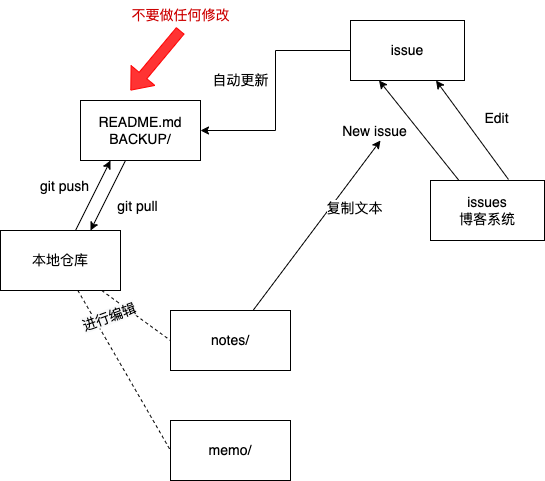
Earlier version of the draw.io export simple/blog-system-architecture.drawio.png (yeshiqing/diagrams). Source tidied: cells renumbered, new cells last; positions are measured from the earlier drawing's top-left corner, leaving out a move shared by most shapes. Its diagram source:
```xml
<mxGraphModel>
  <root>
    <mxCell id="0" />
    <mxCell id="1" parent="0" />
    <mxCell id="2" value="自动更新" style="edgeStyle=orthogonalEdgeStyle;rounded=0;jettySize=auto;html=1;entryX=1;entryY=0.5;entryDx=0;entryDy=0;exitX=0;exitY=0.5;exitDx=0;exitDy=0;" parent="1" edge="1" source="22" target="6">
      <mxGeometry x="-0.09" y="-35" relative="1" as="geometry" />
    </mxCell>
    <mxCell id="3" value="issues&lt;br&gt;博客系统" style="rounded=0;whiteSpace=wrap;html=1;" parent="1" vertex="1">
      <mxGeometry x="430" y="180" width="114" height="60" as="geometry" />
    </mxCell>
    <mxCell id="4" style="rounded=0;jettySize=auto;html=1;entryX=0.75;entryY=0;entryDx=0;entryDy=0;" parent="1" edge="1" source="6" target="15">
      <mxGeometry relative="1" as="geometry" />
    </mxCell>
    <mxCell id="5" value="git pull" style="edgeLabel;html=1;align=center;verticalAlign=middle;" parent="4" vertex="1">
      <mxGeometry x="0.02" y="1" relative="1" as="geometry">
        <mxPoint x="28" y="9" as="offset" />
      </mxGeometry>
    </mxCell>
    <mxCell id="6" value="README.md&lt;br&gt;BACKUP/" style="rounded=0;whiteSpace=wrap;html=1;" parent="1" vertex="1">
      <mxGeometry x="80" y="100" width="120" height="60" as="geometry" />
    </mxCell>
    <mxCell id="7" style="endArrow=classic;html=1;rounded=0;entryX=0.25;entryY=1;entryDx=0;entryDy=0;exitX=0.25;exitY=0;exitDx=0;exitDy=0;" parent="1" edge="1" source="3" target="22">
      <mxGeometry relative="1" as="geometry" />
    </mxCell>
    <mxCell id="8" value="New issue" style="edgeLabel;html=1;align=center;verticalAlign=middle;" parent="7" vertex="1">
      <mxGeometry x="0.14" y="-4" relative="1" as="geometry">
        <mxPoint x="-43" y="10" as="offset" />
      </mxGeometry>
    </mxCell>
    <mxCell id="9" style="endArrow=classic;html=1;rounded=0;entryX=0.75;entryY=1;entryDx=0;entryDy=0;exitX=0.684;exitY=-0.017;exitDx=0;exitDy=0;exitPerimeter=0;" parent="1" edge="1" source="3" target="22">
      <mxGeometry relative="1" as="geometry" />
    </mxCell>
    <mxCell id="10" value="Edit" style="edgeLabel;html=1;align=center;verticalAlign=middle;" parent="9" vertex="1">
      <mxGeometry x="0.14" y="-4" relative="1" as="geometry">
        <mxPoint x="26" y="-3" as="offset" />
      </mxGeometry>
    </mxCell>
    <mxCell id="11" style="rounded=0;jettySize=auto;html=1;entryX=0.25;entryY=1;entryDx=0;entryDy=0;" parent="1" edge="1" source="15" target="6">
      <mxGeometry relative="1" as="geometry" />
    </mxCell>
    <mxCell id="12" value="git push" style="edgeLabel;html=1;align=center;verticalAlign=middle;" parent="11" vertex="1">
      <mxGeometry x="0.06" y="2" relative="1" as="geometry">
        <mxPoint x="-28" y="-7" as="offset" />
      </mxGeometry>
    </mxCell>
    <mxCell id="13" style="edgeStyle=none;rounded=0;jettySize=auto;html=1;entryX=0;entryY=0.5;entryDx=0;entryDy=0;endArrow=none;endFill=0;dashed=1;" parent="1" edge="1" source="15" target="17">
      <mxGeometry relative="1" as="geometry" />
    </mxCell>
    <mxCell id="14" style="edgeStyle=none;rounded=0;jettySize=auto;html=1;entryX=0;entryY=0.5;entryDx=0;entryDy=0;dashed=1;startArrow=none;startFill=0;endArrow=none;endFill=0;" parent="1" edge="1" source="15" target="18">
      <mxGeometry relative="1" as="geometry" />
    </mxCell>
    <mxCell id="15" value="本地仓库" style="rounded=0;whiteSpace=wrap;html=1;" parent="1" vertex="1">
      <mxGeometry y="230" width="120" height="60" as="geometry" />
    </mxCell>
    <mxCell id="16" value="复制文本" style="edgeStyle=none;rounded=0;jettySize=auto;html=1;" parent="1" edge="1" source="17">
      <mxGeometry x="0.34" y="-20" relative="1" as="geometry">
        <mxPoint x="380" y="140" as="targetPoint" />
      </mxGeometry>
    </mxCell>
    <mxCell id="17" value="notes/" style="rounded=0;whiteSpace=wrap;html=1;" parent="1" vertex="1">
      <mxGeometry x="170" y="310" width="120" height="60" as="geometry" />
    </mxCell>
    <mxCell id="18" value="memo/" style="rounded=0;whiteSpace=wrap;html=1;" parent="1" vertex="1">
      <mxGeometry x="170" y="420" width="120" height="60" as="geometry" />
    </mxCell>
    <mxCell id="19" style="shape=flexArrow;endArrow=classic;html=1;rounded=0;strokeColor=#FF0000;fillColor=#FF3333;" parent="1" edge="1">
      <mxGeometry relative="1" as="geometry">
        <mxPoint x="180" y="30" as="sourcePoint" />
        <mxPoint x="130" y="90" as="targetPoint" />
      </mxGeometry>
    </mxCell>
    <mxCell id="20" value="不要做任何修改" style="text;html=1;align=center;verticalAlign=middle;strokeColor=none;fillColor=none;fontColor=#CC0000;" parent="1" vertex="1">
      <mxGeometry x="120" width="120" height="30" as="geometry" />
    </mxCell>
    <mxCell id="21" value="&lt;meta charset=&quot;utf-8&quot;&gt;&lt;span style=&quot;color: rgb(0, 0, 0); font-family: Helvetica; font-size: 12px; font-style: normal; font-variant-ligatures: normal; font-variant-caps: normal; font-weight: 400; letter-spacing: normal; orphans: 2; text-align: center; text-indent: 0px; text-transform: none; widows: 2; word-spacing: 0px; -webkit-text-stroke-width: 0px; background-color: rgb(248, 249, 250); text-decoration-thickness: initial; text-decoration-style: initial; text-decoration-color: initial; float: none; display: inline !important;&quot;&gt;进行编辑&lt;/span&gt;" style="text;whiteSpace=wrap;html=1;fontColor=#CC0000;rotation=-20;" parent="1" vertex="1">
      <mxGeometry x="80" y="300" width="69.8" height="40" as="geometry" />
    </mxCell>
    <mxCell id="22" value="issue" style="rounded=0;whiteSpace=wrap;html=1;" parent="1" vertex="1">
      <mxGeometry x="350" y="20" width="114" height="60" as="geometry" />
    </mxCell>
  </root>
</mxGraphModel>
```
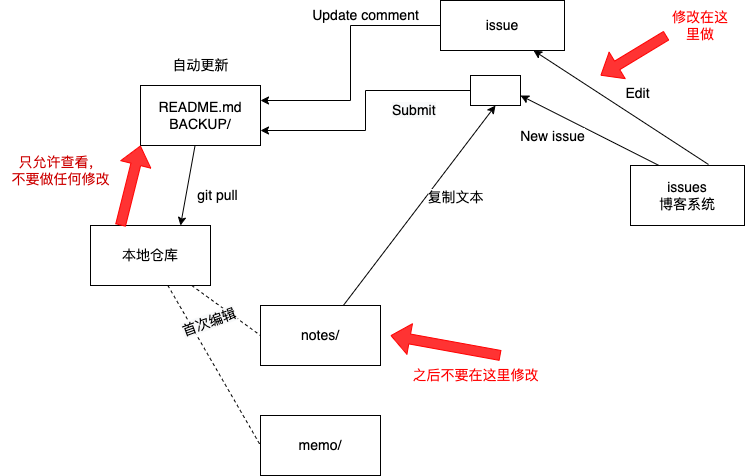
Above is the later version.

The edit, as a diff of the source:
```diff
@@ -2,11 +2,8 @@
   <root>
     <mxCell id="0" />
     <mxCell id="1" parent="0" />
-    <mxCell id="2" value="自动更新" style="edgeStyle=orthogonalEdgeStyle;rounded=0;jettySize=auto;html=1;entryX=1;entryY=0.5;entryDx=0;entryDy=0;exitX=0;exitY=0.5;exitDx=0;exitDy=0;" parent="1" edge="1" source="22" target="6">
-      <mxGeometry x="-0.09" y="-35" relative="1" as="geometry" />
-    </mxCell>
     <mxCell id="3" value="issues&lt;br&gt;博客系统" style="rounded=0;whiteSpace=wrap;html=1;" parent="1" vertex="1">
-      <mxGeometry x="430" y="180" width="114" height="60" as="geometry" />
+      <mxGeometry x="540" y="170" width="114" height="60" as="geometry" />
     </mxCell>
     <mxCell id="4" style="rounded=0;jettySize=auto;html=1;entryX=0.75;entryY=0;entryDx=0;entryDy=0;" parent="1" edge="1" source="6" target="15">
       <mxGeometry relative="1" as="geometry" />
@@ -17,14 +14,14 @@
       </mxGeometry>
     </mxCell>
     <mxCell id="6" value="README.md&lt;br&gt;BACKUP/" style="rounded=0;whiteSpace=wrap;html=1;" parent="1" vertex="1">
-      <mxGeometry x="80" y="100" width="120" height="60" as="geometry" />
+      <mxGeometry x="50" y="90" width="120" height="60" as="geometry" />
     </mxCell>
-    <mxCell id="7" style="endArrow=classic;html=1;rounded=0;entryX=0.25;entryY=1;entryDx=0;entryDy=0;exitX=0.25;exitY=0;exitDx=0;exitDy=0;" parent="1" edge="1" source="3" target="22">
+    <mxCell id="7" style="endArrow=classic;html=1;rounded=0;exitX=0.25;exitY=0;exitDx=0;exitDy=0;entryX=1;entryY=0.667;entryDx=0;entryDy=0;entryPerimeter=0;" parent="1" edge="1" source="3" target="29">
       <mxGeometry relative="1" as="geometry" />
     </mxCell>
     <mxCell id="8" value="New issue" style="edgeLabel;html=1;align=center;verticalAlign=middle;" parent="7" vertex="1">
       <mxGeometry x="0.14" y="-4" relative="1" as="geometry">
-        <mxPoint x="-43" y="10" as="offset" />
+        <mxPoint x="-30" y="14" as="offset" />
       </mxGeometry>
     </mxCell>
     <mxCell id="9" style="endArrow=classic;html=1;rounded=0;entryX=0.75;entryY=1;entryDx=0;entryDy=0;exitX=0.684;exitY=-0.017;exitDx=0;exitDy=0;exitPerimeter=0;" parent="1" edge="1" source="3" target="22">
@@ -35,14 +32,6 @@
         <mxPoint x="26" y="-3" as="offset" />
       </mxGeometry>
     </mxCell>
-    <mxCell id="11" style="rounded=0;jettySize=auto;html=1;entryX=0.25;entryY=1;entryDx=0;entryDy=0;" parent="1" edge="1" source="15" target="6">
-      <mxGeometry relative="1" as="geometry" />
-    </mxCell>
-    <mxCell id="12" value="git push" style="edgeLabel;html=1;align=center;verticalAlign=middle;" parent="11" vertex="1">
-      <mxGeometry x="0.06" y="2" relative="1" as="geometry">
-        <mxPoint x="-28" y="-7" as="offset" />
-      </mxGeometry>
-    </mxCell>
     <mxCell id="13" style="edgeStyle=none;rounded=0;jettySize=auto;html=1;entryX=0;entryY=0.5;entryDx=0;entryDy=0;endArrow=none;endFill=0;dashed=1;" parent="1" edge="1" source="15" target="17">
       <mxGeometry relative="1" as="geometry" />
     </mxCell>
@@ -52,10 +41,8 @@
     <mxCell id="15" value="本地仓库" style="rounded=0;whiteSpace=wrap;html=1;" parent="1" vertex="1">
       <mxGeometry y="230" width="120" height="60" as="geometry" />
     </mxCell>
-    <mxCell id="16" value="复制文本" style="edgeStyle=none;rounded=0;jettySize=auto;html=1;" parent="1" edge="1" source="17">
-      <mxGeometry x="0.34" y="-20" relative="1" as="geometry">
-        <mxPoint x="380" y="140" as="targetPoint" />
-      </mxGeometry>
+    <mxCell id="16" value="复制文本" style="edgeStyle=none;rounded=0;jettySize=auto;html=1;entryX=0.5;entryY=1;entryDx=0;entryDy=0;" parent="1" edge="1" source="17" target="29">
+      <mxGeometry x="0.23" y="-24" relative="1" as="geometry" />
     </mxCell>
     <mxCell id="17" value="notes/" style="rounded=0;whiteSpace=wrap;html=1;" parent="1" vertex="1">
       <mxGeometry x="170" y="310" width="120" height="60" as="geometry" />
@@ -63,20 +50,55 @@
     <mxCell id="18" value="memo/" style="rounded=0;whiteSpace=wrap;html=1;" parent="1" vertex="1">
       <mxGeometry x="170" y="420" width="120" height="60" as="geometry" />
     </mxCell>
-    <mxCell id="19" style="shape=flexArrow;endArrow=classic;html=1;rounded=0;strokeColor=#FF0000;fillColor=#FF3333;" parent="1" edge="1">
-      <mxGeometry relative="1" as="geometry">
-        <mxPoint x="180" y="30" as="sourcePoint" />
-        <mxPoint x="130" y="90" as="targetPoint" />
-      </mxGeometry>
+    <mxCell id="19" style="shape=flexArrow;endArrow=classic;html=1;rounded=0;strokeColor=#FF0000;fillColor=#FF3333;exitX=0.25;exitY=0;exitDx=0;exitDy=0;entryX=0;entryY=1;entryDx=0;entryDy=0;endSize=6;startSize=2;sketch=0;startArrow=none;startFill=0;" parent="1" edge="1" source="15" target="6">
+      <mxGeometry relative="1" as="geometry" />
     </mxCell>
-    <mxCell id="20" value="不要做任何修改" style="text;html=1;align=center;verticalAlign=middle;strokeColor=none;fillColor=none;fontColor=#CC0000;" parent="1" vertex="1">
-      <mxGeometry x="120" width="120" height="30" as="geometry" />
+    <mxCell id="20" value="只允许查看，&lt;br&gt;不要做任何修改" style="text;html=1;align=center;verticalAlign=middle;strokeColor=none;fillColor=none;fontColor=#CC0000;" parent="1" vertex="1">
+      <mxGeometry x="-90" y="150" width="120" height="50" as="geometry" />
     </mxCell>
-    <mxCell id="21" value="&lt;meta charset=&quot;utf-8&quot;&gt;&lt;span style=&quot;color: rgb(0, 0, 0); font-family: Helvetica; font-size: 12px; font-style: normal; font-variant-ligatures: normal; font-variant-caps: normal; font-weight: 400; letter-spacing: normal; orphans: 2; text-align: center; text-indent: 0px; text-transform: none; widows: 2; word-spacing: 0px; -webkit-text-stroke-width: 0px; background-color: rgb(248, 249, 250); text-decoration-thickness: initial; text-decoration-style: initial; text-decoration-color: initial; float: none; display: inline !important;&quot;&gt;进行编辑&lt;/span&gt;" style="text;whiteSpace=wrap;html=1;fontColor=#CC0000;rotation=-20;" parent="1" vertex="1">
-      <mxGeometry x="80" y="300" width="69.8" height="40" as="geometry" />
+    <mxCell id="21" value="&lt;span style=&quot;color: rgb(0, 0, 0); font-family: Helvetica; font-size: 12px; font-style: normal; font-variant-ligatures: normal; font-variant-caps: normal; font-weight: 400; letter-spacing: normal; orphans: 2; text-align: center; text-indent: 0px; text-transform: none; widows: 2; word-spacing: 0px; -webkit-text-stroke-width: 0px; background-color: rgb(248, 249, 250); text-decoration-thickness: initial; text-decoration-style: initial; text-decoration-color: initial; float: none; display: inline !important;&quot;&gt;首次编辑&lt;/span&gt;" style="text;whiteSpace=wrap;html=1;fontColor=#CC0000;rotation=-20;" parent="1" vertex="1">
+      <mxGeometry x="90" y="310" width="69.8" height="40" as="geometry" />
     </mxCell>
+    <mxCell id="23" style="edgeStyle=orthogonalEdgeStyle;rounded=0;sketch=0;jettySize=auto;html=1;exitX=0;exitY=0.5;exitDx=0;exitDy=0;entryX=1;entryY=0.25;entryDx=0;entryDy=0;fontColor=#000000;startArrow=none;startFill=0;startSize=2;endSize=6;" parent="1" edge="1" source="22" target="6">
+      <mxGeometry relative="1" as="geometry" />
+    </mxCell>
     <mxCell id="22" value="issue" style="rounded=0;whiteSpace=wrap;html=1;" parent="1" vertex="1">
-      <mxGeometry x="350" y="20" width="114" height="60" as="geometry" />
+      <mxGeometry x="350" y="5" width="124" height="50" as="geometry" />
     </mxCell>
+    <mxCell id="24" style="shape=flexArrow;endArrow=classic;html=1;rounded=0;strokeColor=#FF0000;fillColor=#FF3333;entryX=0;entryY=1;entryDx=0;entryDy=0;endSize=6;startSize=2;sketch=0;startArrow=none;startFill=0;" parent="1" edge="1">
+      <mxGeometry relative="1" as="geometry">
+        <mxPoint x="576" y="40" as="sourcePoint" />
+        <mxPoint x="510" y="80" as="targetPoint" />
+      </mxGeometry>
+    </mxCell>
+    <mxCell id="25" value="修改在这里做" style="text;html=1;strokeColor=none;fillColor=none;align=center;verticalAlign=middle;whiteSpace=wrap;rounded=0;fontColor=#FF0000;" parent="1" vertex="1">
+      <mxGeometry x="580" y="15" width="60" height="30" as="geometry" />
+    </mxCell>
+    <mxCell id="26" value="&lt;font color=&quot;#000000&quot;&gt;Update comment&lt;br&gt;&lt;/font&gt;" style="text;html=1;align=center;verticalAlign=middle;strokeColor=none;fillColor=none;fontColor=#FF0000;" parent="1" vertex="1">
+      <mxGeometry x="210" y="5" width="130" height="30" as="geometry" />
+    </mxCell>
+    <mxCell id="27" value="&lt;span style=&quot;color: rgb(0, 0, 0); font-family: Helvetica; font-size: 12px; font-style: normal; font-variant-ligatures: normal; font-variant-caps: normal; font-weight: 400; letter-spacing: normal; orphans: 2; text-align: center; text-indent: 0px; text-transform: none; widows: 2; word-spacing: 0px; -webkit-text-stroke-width: 0px; background-color: rgb(248, 249, 250); text-decoration-thickness: initial; text-decoration-style: initial; text-decoration-color: initial; float: none; display: inline !important;&quot;&gt;Submit&lt;/span&gt;" style="text;whiteSpace=wrap;html=1;fontColor=#000000;" parent="1" vertex="1">
+      <mxGeometry x="300" y="100" width="50" height="30" as="geometry" />
+    </mxCell>
+    <mxCell id="28" style="edgeStyle=orthogonalEdgeStyle;rounded=0;sketch=0;jettySize=auto;html=1;fontColor=#000000;startArrow=none;startFill=0;startSize=2;endSize=6;entryX=1;entryY=0.75;entryDx=0;entryDy=0;" parent="1" edge="1" source="29" target="6">
+      <mxGeometry relative="1" as="geometry" />
+    </mxCell>
+    <mxCell id="29" style="whiteSpace=wrap;html=1;fontColor=#000000;" parent="1" vertex="1">
+      <mxGeometry x="380" y="80" width="50" height="30" as="geometry" />
+    </mxCell>
+    <mxCell id="2" value="自动更新" style="text;html=1;align=center;verticalAlign=middle;strokeColor=none;fillColor=none;fontColor=#000000;" parent="1" vertex="1">
+      <mxGeometry x="70" y="55" width="80" height="30" as="geometry" />
+    </mxCell>
+    <mxCell id="30" style="shape=flexArrow;endArrow=classic;html=1;rounded=0;strokeColor=#FF0000;fillColor=#FF3333;endSize=6;startSize=2;sketch=0;startArrow=none;startFill=0;" parent="1" edge="1">
+      <mxGeometry relative="1" as="geometry">
+        <mxPoint x="410" y="360" as="sourcePoint" />
+        <mxPoint x="300" y="340" as="targetPoint" />
+      </mxGeometry>
+    </mxCell>
+    <mxCell id="31" value="之后不要在这里修改" style="edgeLabel;html=1;align=center;verticalAlign=middle;fontColor=#FF0000;" parent="30" vertex="1">
+      <mxGeometry relative="1" as="geometry">
+        <mxPoint x="30" y="30" as="offset" />
+      </mxGeometry>
+    </mxCell>
   </root>
 </mxGraphModel>
```
